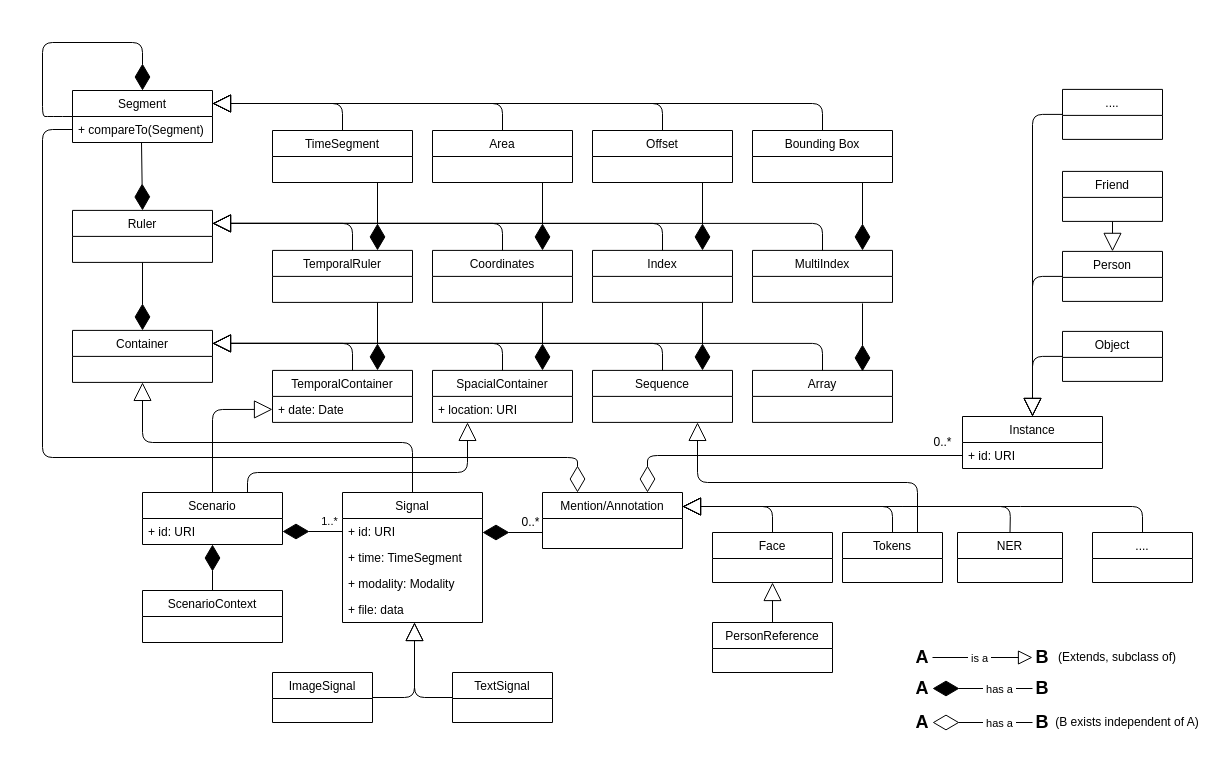
cltl/ma-communicative-robots keeps this draw.io diagram as data/test-scenes/Datarepresentation.drawio. Above is the earlier version. Source tidied: cells renumbered, new cells numbered last; positions are measured from the earlier drawing's top-left corner, leaving out a move shared by most shapes. Both pictures are drawn from the tidied source at 100%, with x=0, y=0 at pixel (42, 42).
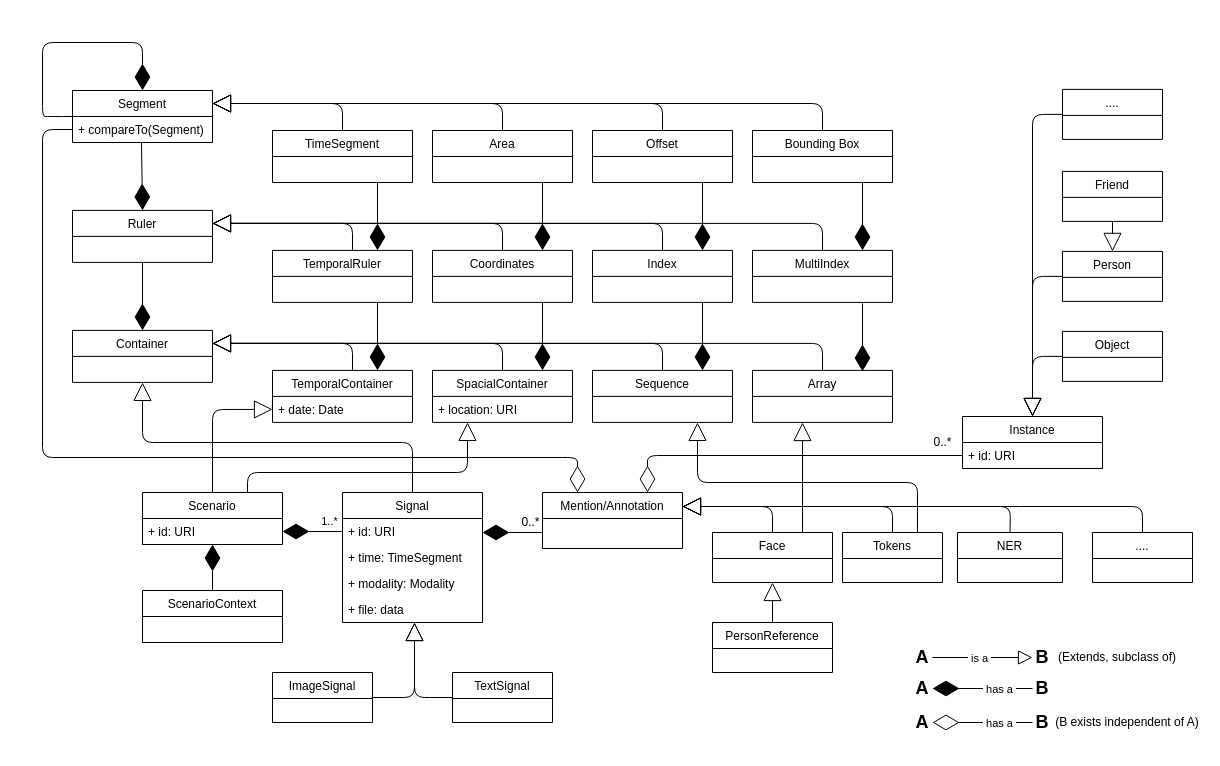
The same diagram, later.

Commit message (it also covers changes not shown here):
Make Face an Array container

The change refers to these unchanged cells:
```xml
<mxCell id="46" value="Face" style="swimlane;fontStyle=0;horizontal=1;startSize=26;fillColor=none;" parent="1" vertex="1">
  <mxGeometry x="670" y="490" width="120" height="50" as="geometry" />
</mxCell>
```

Diff of the diagram source:
```diff
@@
+    <mxCell id="102" style="endArrow=block;endSize=16;endFill=0;html=1;exitX=0.75;exitY=0;exitDx=0;exitDy=0;" parent="1" edge="1" source="46">
+      <mxGeometry relative="1" as="geometry">
+        <mxPoint x="760" y="380" as="targetPoint" />
+      </mxGeometry>
+    </mxCell>
```
